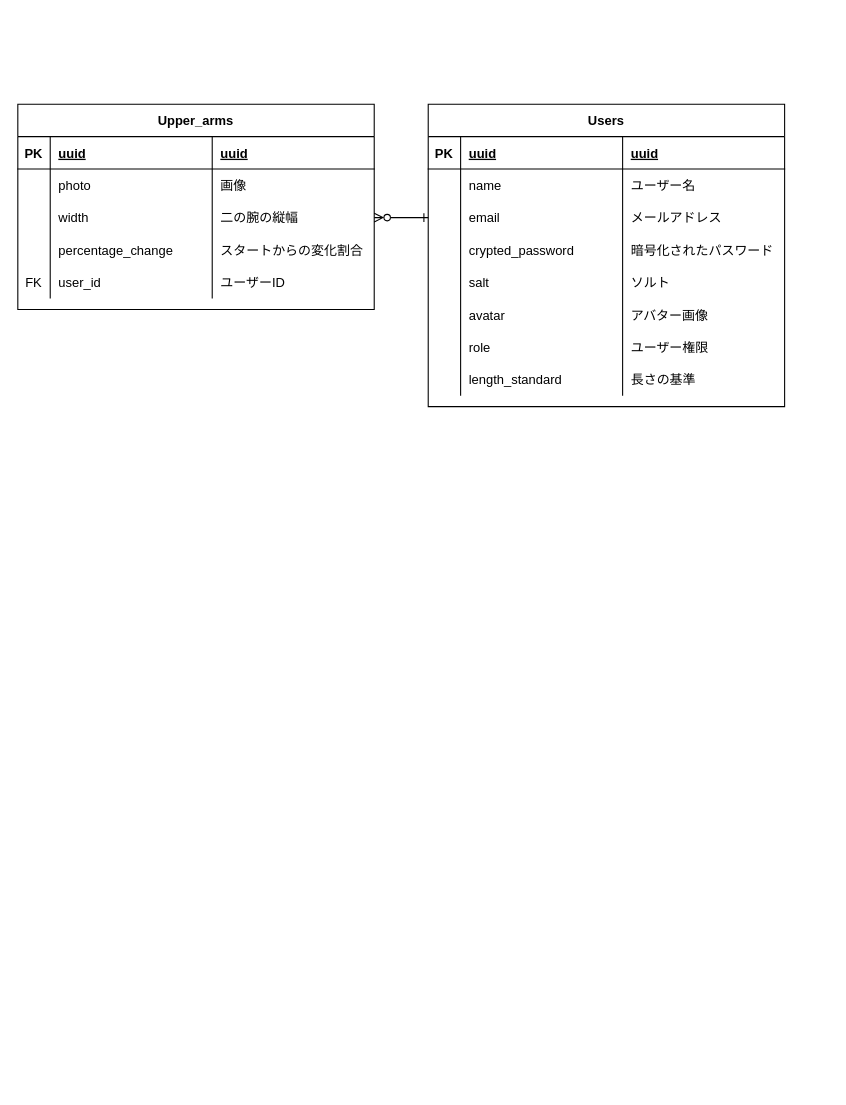
Above: ER.drawio in yamashita-a420/tight-upper-arm (draw.io), before the change. Source tidied: cells renumbered, new cells numbered last; positions are measured from the earlier drawing's top-left corner, leaving out a move shared by most shapes. Both pictures are drawn from the tidied source at 108%, with x=0, y=0 at pixel (17, 104).
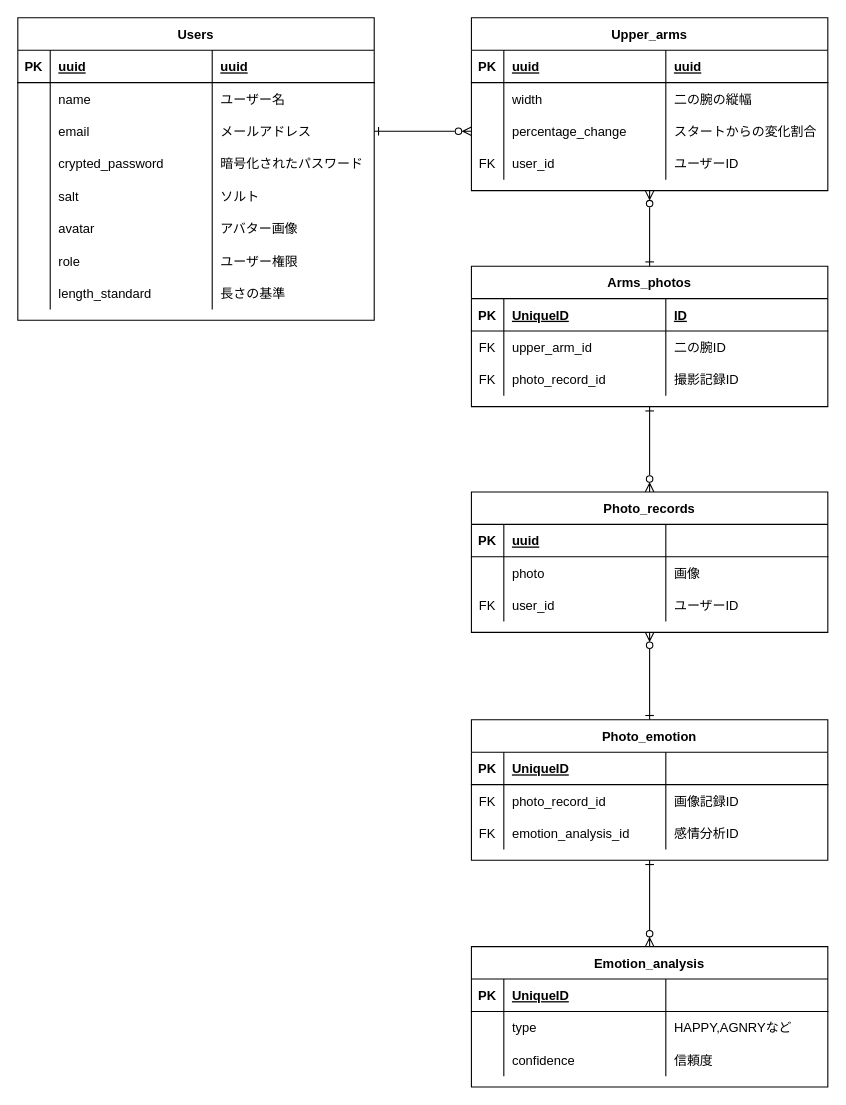
The same diagram, later.

Commit message:
Update: 感情分析テーブルの追加

Unchanged cells that the change refers to:
```xml
<mxCell id="32" style="shape=partialRectangle;fillColor=none;top=0;left=0;bottom=0;right=0;points=[[0,0.5],[1,0.5]];portConstraint=eastwest;" parent="23" vertex="1">
  <mxGeometry y="90" width="330" height="30" as="geometry" />
</mxCell>
```

Change to the diagram source:
```diff
@@
     <mxCell id="2" value="Upper_arms" style="shape=table;startSize=30;childLayout=tableLayout;rowLines=0;fontStyle=1;align=center;" parent="1" vertex="1">
-      <mxGeometry width="330" height="190" as="geometry" />
+      <mxGeometry x="420" y="-80" width="330" height="160" as="geometry" />
     </mxCell>
@@
-    <mxCell id="7" style="shape=partialRectangle;fillColor=none;top=0;left=0;bottom=0;right=0;" parent="2" vertex="1">
-      <mxGeometry y="60" width="330" height="30" as="geometry" />
-    </mxCell>
-    <mxCell id="8" style="shape=partialRectangle;fillColor=none;top=0;left=0;bottom=0;right=0;overflow=hidden;" parent="7" vertex="1">
-      <mxGeometry width="30" height="30" as="geometry" />
-    </mxCell>
-    <mxCell id="9" value="photo" style="shape=partialRectangle;fillColor=none;top=0;left=0;bottom=0;right=0;align=left;spacingLeft=6;overflow=hidden;" parent="7" vertex="1">
-      <mxGeometry x="30" width="150" height="30" as="geometry" />
-    </mxCell>
-    <mxCell id="10" value="画像" style="shape=partialRectangle;fillColor=none;top=0;left=0;bottom=0;right=0;align=left;spacingLeft=6;overflow=hidden;" parent="7" vertex="1">
-      <mxGeometry x="180" width="150" height="30" as="geometry" />
-    </mxCell>
     <mxCell id="11" style="shape=partialRectangle;fillColor=none;top=0;left=0;bottom=0;right=0;points=[[0,0.5],[1,0.5]];portConstraint=eastwest;" parent="2" vertex="1">
-      <mxGeometry y="90" width="330" height="30" as="geometry" />
+      <mxGeometry y="60" width="330" height="30" as="geometry" />
     </mxCell>
@@
     <mxCell id="15" style="shape=partialRectangle;fillColor=none;top=0;left=0;bottom=0;right=0;points=[[0,0.5],[1,0.5]];portConstraint=eastwest;" parent="2" vertex="1">
-      <mxGeometry y="120" width="330" height="30" as="geometry" />
+      <mxGeometry y="90" width="330" height="30" as="geometry" />
     </mxCell>
@@
     <mxCell id="19" style="shape=partialRectangle;fillColor=none;top=0;left=0;bottom=0;right=0;" parent="2" vertex="1">
-      <mxGeometry y="150" width="330" height="30" as="geometry" />
+      <mxGeometry y="120" width="330" height="30" as="geometry" />
     </mxCell>
@@
     <mxCell id="23" value="Users" style="shape=table;startSize=30;childLayout=tableLayout;rowLines=0;fontStyle=1;align=center;" parent="1" vertex="1">
-      <mxGeometry x="380" width="330" height="280" as="geometry" />
+      <mxGeometry y="-80" width="330" height="280" as="geometry" />
     </mxCell>
@@
-    <mxCell id="56" style="edgeStyle=none;html=1;exitX=1;exitY=0.5;exitDx=0;exitDy=0;entryX=0;entryY=0.5;entryDx=0;entryDy=0;endArrow=ERone;endFill=0;startArrow=ERzeroToMany;startFill=0;" parent="1" edge="1" source="11" target="32">
+    <mxCell id="56" style="edgeStyle=none;html=1;endArrow=ERone;endFill=0;startArrow=ERzeroToMany;startFill=0;exitX=0;exitY=0.5;exitDx=0;exitDy=0;entryX=1;entryY=0.5;entryDx=0;entryDy=0;" parent="1" edge="1" source="15" target="32">
       <mxGeometry relative="1" as="geometry" />
     </mxCell>
+    <mxCell id="57" style="edgeStyle=none;html=1;exitX=0.5;exitY=0;exitDx=0;exitDy=0;startArrow=ERone;startFill=0;endArrow=ERzeroToMany;endFill=0;entryX=0.5;entryY=1;entryDx=0;entryDy=0;" parent="1" edge="1" source="58" target="2">
+      <mxGeometry relative="1" as="geometry" />
+    </mxCell>
+    <mxCell id="58" value="Arms_photos" style="shape=table;startSize=30;childLayout=tableLayout;rowLines=0;fontStyle=1;align=center;" parent="1" vertex="1">
+      <mxGeometry x="420" y="150" width="330" height="130" as="geometry" />
+    </mxCell>
+    <mxCell id="59" style="shape=partialRectangle;fillColor=none;top=0;left=0;bottom=1;right=0;" parent="58" vertex="1">
+      <mxGeometry y="30" width="330" height="30" as="geometry" />
+    </mxCell>
+    <mxCell id="60" value="PK" style="shape=partialRectangle;fillColor=none;top=0;left=0;bottom=0;right=0;fontStyle=1;overflow=hidden;" parent="59" vertex="1">
+      <mxGeometry width="30" height="30" as="geometry" />
+    </mxCell>
+    <mxCell id="61" value="UniqueID" style="shape=partialRectangle;fillColor=none;top=0;left=0;bottom=0;right=0;align=left;spacingLeft=6;fontStyle=5;overflow=hidden;" parent="59" vertex="1">
+      <mxGeometry x="30" width="150" height="30" as="geometry" />
+    </mxCell>
+    <mxCell id="62" value="ID" style="shape=partialRectangle;fillColor=none;top=0;left=0;bottom=0;right=0;align=left;spacingLeft=6;fontStyle=5;overflow=hidden;" parent="59" vertex="1">
+      <mxGeometry x="180" width="150" height="30" as="geometry" />
+    </mxCell>
+    <mxCell id="63" style="shape=partialRectangle;fillColor=none;top=0;left=0;bottom=0;right=0;" parent="58" vertex="1">
+      <mxGeometry y="60" width="330" height="30" as="geometry" />
+    </mxCell>
+    <mxCell id="64" value="FK" style="shape=partialRectangle;fillColor=none;top=0;left=0;bottom=0;right=0;overflow=hidden;" parent="63" vertex="1">
+      <mxGeometry width="30" height="30" as="geometry" />
+    </mxCell>
+    <mxCell id="65" value="upper_arm_id" style="shape=partialRectangle;fillColor=none;top=0;left=0;bottom=0;right=0;align=left;spacingLeft=6;overflow=hidden;" parent="63" vertex="1">
+      <mxGeometry x="30" width="150" height="30" as="geometry" />
+    </mxCell>
+    <mxCell id="66" value="二の腕ID" style="shape=partialRectangle;fillColor=none;top=0;left=0;bottom=0;right=0;align=left;spacingLeft=6;overflow=hidden;" parent="63" vertex="1">
+      <mxGeometry x="180" width="150" height="30" as="geometry" />
+    </mxCell>
+    <mxCell id="67" style="shape=partialRectangle;fillColor=none;top=0;left=0;bottom=0;right=0;" parent="58" vertex="1">
+      <mxGeometry y="90" width="330" height="30" as="geometry" />
+    </mxCell>
+    <mxCell id="68" value="FK" style="shape=partialRectangle;fillColor=none;top=0;left=0;bottom=0;right=0;overflow=hidden;" parent="67" vertex="1">
+      <mxGeometry width="30" height="30" as="geometry" />
+    </mxCell>
+    <mxCell id="69" value="photo_record_id" style="shape=partialRectangle;fillColor=none;top=0;left=0;bottom=0;right=0;align=left;spacingLeft=6;overflow=hidden;" parent="67" vertex="1">
+      <mxGeometry x="30" width="150" height="30" as="geometry" />
+    </mxCell>
+    <mxCell id="70" value="撮影記録ID" style="shape=partialRectangle;fillColor=none;top=0;left=0;bottom=0;right=0;align=left;spacingLeft=6;overflow=hidden;" parent="67" vertex="1">
+      <mxGeometry x="180" width="150" height="30" as="geometry" />
+    </mxCell>
+    <mxCell id="71" style="edgeStyle=none;html=1;exitX=0.5;exitY=0;exitDx=0;exitDy=0;entryX=0.5;entryY=1;entryDx=0;entryDy=0;startArrow=ERzeroToMany;startFill=0;endArrow=ERone;endFill=0;" parent="1" edge="1" source="73" target="58">
+      <mxGeometry relative="1" as="geometry" />
+    </mxCell>
+    <mxCell id="72" style="edgeStyle=none;html=1;exitX=0.5;exitY=1;exitDx=0;exitDy=0;entryX=0.5;entryY=0;entryDx=0;entryDy=0;startArrow=ERzeroToMany;startFill=0;endArrow=ERone;endFill=0;" parent="1" edge="1" source="73" target="97">
+      <mxGeometry relative="1" as="geometry" />
+    </mxCell>
+    <mxCell id="73" value="Photo_records" style="shape=table;startSize=30;childLayout=tableLayout;rowLines=0;fontStyle=1;align=center;" parent="1" vertex="1">
+      <mxGeometry x="420" y="359" width="330" height="130" as="geometry" />
+    </mxCell>
+    <mxCell id="74" style="shape=partialRectangle;fillColor=none;top=0;left=0;bottom=1;right=0;" parent="73" vertex="1">
+      <mxGeometry y="30" width="330" height="30" as="geometry" />
+    </mxCell>
+    <mxCell id="75" value="PK" style="shape=partialRectangle;fillColor=none;top=0;left=0;bottom=0;right=0;fontStyle=1;overflow=hidden;" parent="74" vertex="1">
+      <mxGeometry width="30" height="30" as="geometry" />
+    </mxCell>
+    <mxCell id="76" value="uuid" style="shape=partialRectangle;fillColor=none;top=0;left=0;bottom=0;right=0;align=left;spacingLeft=6;fontStyle=5;overflow=hidden;" parent="74" vertex="1">
+      <mxGeometry x="30" width="150" height="30" as="geometry" />
+    </mxCell>
+    <mxCell id="77" style="shape=partialRectangle;fillColor=none;top=0;left=0;bottom=0;right=0;align=left;spacingLeft=6;fontStyle=5;overflow=hidden;" parent="74" vertex="1">
+      <mxGeometry x="180" width="150" height="30" as="geometry" />
+    </mxCell>
+    <mxCell id="78" style="shape=partialRectangle;fillColor=none;top=0;left=0;bottom=0;right=0;" parent="73" vertex="1">
+      <mxGeometry y="60" width="330" height="30" as="geometry" />
+    </mxCell>
+    <mxCell id="79" style="shape=partialRectangle;fillColor=none;top=0;left=0;bottom=0;right=0;overflow=hidden;" parent="78" vertex="1">
+      <mxGeometry width="30" height="30" as="geometry" />
+    </mxCell>
+    <mxCell id="9" value="photo" style="shape=partialRectangle;fillColor=none;top=0;left=0;bottom=0;right=0;align=left;spacingLeft=6;overflow=hidden;" parent="78" vertex="1">
+      <mxGeometry x="30" width="150" height="30" as="geometry" />
+    </mxCell>
+    <mxCell id="10" value="画像" style="shape=partialRectangle;fillColor=none;top=0;left=0;bottom=0;right=0;align=left;spacingLeft=6;overflow=hidden;" parent="78" vertex="1">
+      <mxGeometry x="180" width="150" height="30" as="geometry" />
+    </mxCell>
+    <mxCell id="80" style="shape=partialRectangle;fillColor=none;top=0;left=0;bottom=0;right=0;" parent="73" vertex="1">
+      <mxGeometry y="90" width="330" height="30" as="geometry" />
+    </mxCell>
+    <mxCell id="81" value="FK" style="shape=partialRectangle;fillColor=none;top=0;left=0;bottom=0;right=0;overflow=hidden;" parent="80" vertex="1">
+      <mxGeometry width="30" height="30" as="geometry" />
+    </mxCell>
+    <mxCell id="82" value="user_id" style="shape=partialRectangle;fillColor=none;top=0;left=0;bottom=0;right=0;align=left;spacingLeft=6;overflow=hidden;" parent="80" vertex="1">
+      <mxGeometry x="30" width="150" height="30" as="geometry" />
+    </mxCell>
+    <mxCell id="83" value="ユーザーID" style="shape=partialRectangle;fillColor=none;top=0;left=0;bottom=0;right=0;align=left;spacingLeft=6;overflow=hidden;" parent="80" vertex="1">
+      <mxGeometry x="180" width="150" height="30" as="geometry" />
+    </mxCell>
+    <mxCell id="84" value="Emotion_analysis" style="shape=table;startSize=30;childLayout=tableLayout;rowLines=0;fontStyle=1;align=center;" parent="1" vertex="1">
+      <mxGeometry x="420" y="780" width="330" height="130" as="geometry" />
+    </mxCell>
+    <mxCell id="85" style="shape=partialRectangle;fillColor=none;top=0;left=0;bottom=1;right=0;" parent="84" vertex="1">
+      <mxGeometry y="30" width="330" height="30" as="geometry" />
+    </mxCell>
+    <mxCell id="86" value="PK" style="shape=partialRectangle;fillColor=none;top=0;left=0;bottom=0;right=0;fontStyle=1;overflow=hidden;" parent="85" vertex="1">
+      <mxGeometry width="30" height="30" as="geometry" />
+    </mxCell>
+    <mxCell id="87" value="UniqueID" style="shape=partialRectangle;fillColor=none;top=0;left=0;bottom=0;right=0;align=left;spacingLeft=6;fontStyle=5;overflow=hidden;" parent="85" vertex="1">
+      <mxGeometry x="30" width="150" height="30" as="geometry" />
+    </mxCell>
+    <mxCell id="88" style="shape=partialRectangle;fillColor=none;top=0;left=0;bottom=0;right=0;align=left;spacingLeft=6;fontStyle=5;overflow=hidden;" parent="85" vertex="1">
+      <mxGeometry x="180" width="150" height="30" as="geometry" />
+    </mxCell>
+    <mxCell id="89" style="shape=partialRectangle;fillColor=none;top=0;left=0;bottom=0;right=0;" parent="84" vertex="1">
+      <mxGeometry y="60" width="330" height="30" as="geometry" />
+    </mxCell>
+    <mxCell id="90" style="shape=partialRectangle;fillColor=none;top=0;left=0;bottom=0;right=0;overflow=hidden;" parent="89" vertex="1">
+      <mxGeometry width="30" height="30" as="geometry" />
+    </mxCell>
+    <mxCell id="91" value="type" style="shape=partialRectangle;fillColor=none;top=0;left=0;bottom=0;right=0;align=left;spacingLeft=6;overflow=hidden;" parent="89" vertex="1">
+      <mxGeometry x="30" width="150" height="30" as="geometry" />
+    </mxCell>
+    <mxCell id="92" value="HAPPY,AGNRYなど" style="shape=partialRectangle;fillColor=none;top=0;left=0;bottom=0;right=0;align=left;spacingLeft=6;overflow=hidden;" parent="89" vertex="1">
+      <mxGeometry x="180" width="150" height="30" as="geometry" />
+    </mxCell>
+    <mxCell id="93" style="shape=partialRectangle;fillColor=none;top=0;left=0;bottom=0;right=0;" parent="84" vertex="1">
+      <mxGeometry y="90" width="330" height="30" as="geometry" />
+    </mxCell>
+    <mxCell id="94" style="shape=partialRectangle;fillColor=none;top=0;left=0;bottom=0;right=0;overflow=hidden;" parent="93" vertex="1">
+      <mxGeometry width="30" height="30" as="geometry" />
+    </mxCell>
+    <mxCell id="95" value="confidence" style="shape=partialRectangle;fillColor=none;top=0;left=0;bottom=0;right=0;align=left;spacingLeft=6;overflow=hidden;" parent="93" vertex="1">
+      <mxGeometry x="30" width="150" height="30" as="geometry" />
+    </mxCell>
+    <mxCell id="96" value="信頼度" style="shape=partialRectangle;fillColor=none;top=0;left=0;bottom=0;right=0;align=left;spacingLeft=6;overflow=hidden;" parent="93" vertex="1">
+      <mxGeometry x="180" width="150" height="30" as="geometry" />
+    </mxCell>
+    <mxCell id="97" value="Photo_emotion" style="shape=table;startSize=30;childLayout=tableLayout;rowLines=0;fontStyle=1;align=center;" parent="1" vertex="1">
+      <mxGeometry x="420" y="570" width="330" height="130" as="geometry" />
+    </mxCell>
+    <mxCell id="98" style="shape=partialRectangle;fillColor=none;top=0;left=0;bottom=1;right=0;" parent="97" vertex="1">
+      <mxGeometry y="30" width="330" height="30" as="geometry" />
+    </mxCell>
+    <mxCell id="99" value="PK" style="shape=partialRectangle;fillColor=none;top=0;left=0;bottom=0;right=0;fontStyle=1;overflow=hidden;" parent="98" vertex="1">
+      <mxGeometry width="30" height="30" as="geometry" />
+    </mxCell>
+    <mxCell id="100" value="UniqueID" style="shape=partialRectangle;fillColor=none;top=0;left=0;bottom=0;right=0;align=left;spacingLeft=6;fontStyle=5;overflow=hidden;" parent="98" vertex="1">
+      <mxGeometry x="30" width="150" height="30" as="geometry" />
+    </mxCell>
+    <mxCell id="101" style="shape=partialRectangle;fillColor=none;top=0;left=0;bottom=0;right=0;align=left;spacingLeft=6;fontStyle=5;overflow=hidden;" parent="98" vertex="1">
+      <mxGeometry x="180" width="150" height="30" as="geometry" />
+    </mxCell>
+    <mxCell id="102" style="shape=partialRectangle;fillColor=none;top=0;left=0;bottom=0;right=0;" parent="97" vertex="1">
+      <mxGeometry y="60" width="330" height="30" as="geometry" />
+    </mxCell>
+    <mxCell id="103" value="FK" style="shape=partialRectangle;fillColor=none;top=0;left=0;bottom=0;right=0;overflow=hidden;" parent="102" vertex="1">
+      <mxGeometry width="30" height="30" as="geometry" />
+    </mxCell>
+    <mxCell id="104" value="photo_record_id" style="shape=partialRectangle;fillColor=none;top=0;left=0;bottom=0;right=0;align=left;spacingLeft=6;overflow=hidden;" parent="102" vertex="1">
+      <mxGeometry x="30" width="150" height="30" as="geometry" />
+    </mxCell>
+    <mxCell id="105" value="画像記録ID" style="shape=partialRectangle;fillColor=none;top=0;left=0;bottom=0;right=0;align=left;spacingLeft=6;overflow=hidden;" parent="102" vertex="1">
+      <mxGeometry x="180" width="150" height="30" as="geometry" />
+    </mxCell>
+    <mxCell id="106" style="shape=partialRectangle;fillColor=none;top=0;left=0;bottom=0;right=0;" parent="97" vertex="1">
+      <mxGeometry y="90" width="330" height="30" as="geometry" />
+    </mxCell>
+    <mxCell id="107" value="FK" style="shape=partialRectangle;fillColor=none;top=0;left=0;bottom=0;right=0;overflow=hidden;" parent="106" vertex="1">
+      <mxGeometry width="30" height="30" as="geometry" />
+    </mxCell>
+    <mxCell id="108" value="emotion_analysis_id" style="shape=partialRectangle;fillColor=none;top=0;left=0;bottom=0;right=0;align=left;spacingLeft=6;overflow=hidden;" parent="106" vertex="1">
+      <mxGeometry x="30" width="150" height="30" as="geometry" />
+    </mxCell>
+    <mxCell id="109" value="感情分析ID" style="shape=partialRectangle;fillColor=none;top=0;left=0;bottom=0;right=0;align=left;spacingLeft=6;overflow=hidden;" parent="106" vertex="1">
+      <mxGeometry x="180" width="150" height="30" as="geometry" />
+    </mxCell>
+    <mxCell id="110" style="edgeStyle=none;html=1;exitX=0.5;exitY=1;exitDx=0;exitDy=0;startArrow=ERone;startFill=0;endArrow=ERzeroToMany;endFill=0;entryX=0.5;entryY=0;entryDx=0;entryDy=0;" parent="1" edge="1" source="97" target="84">
+      <mxGeometry relative="1" as="geometry" />
+    </mxCell>
```
